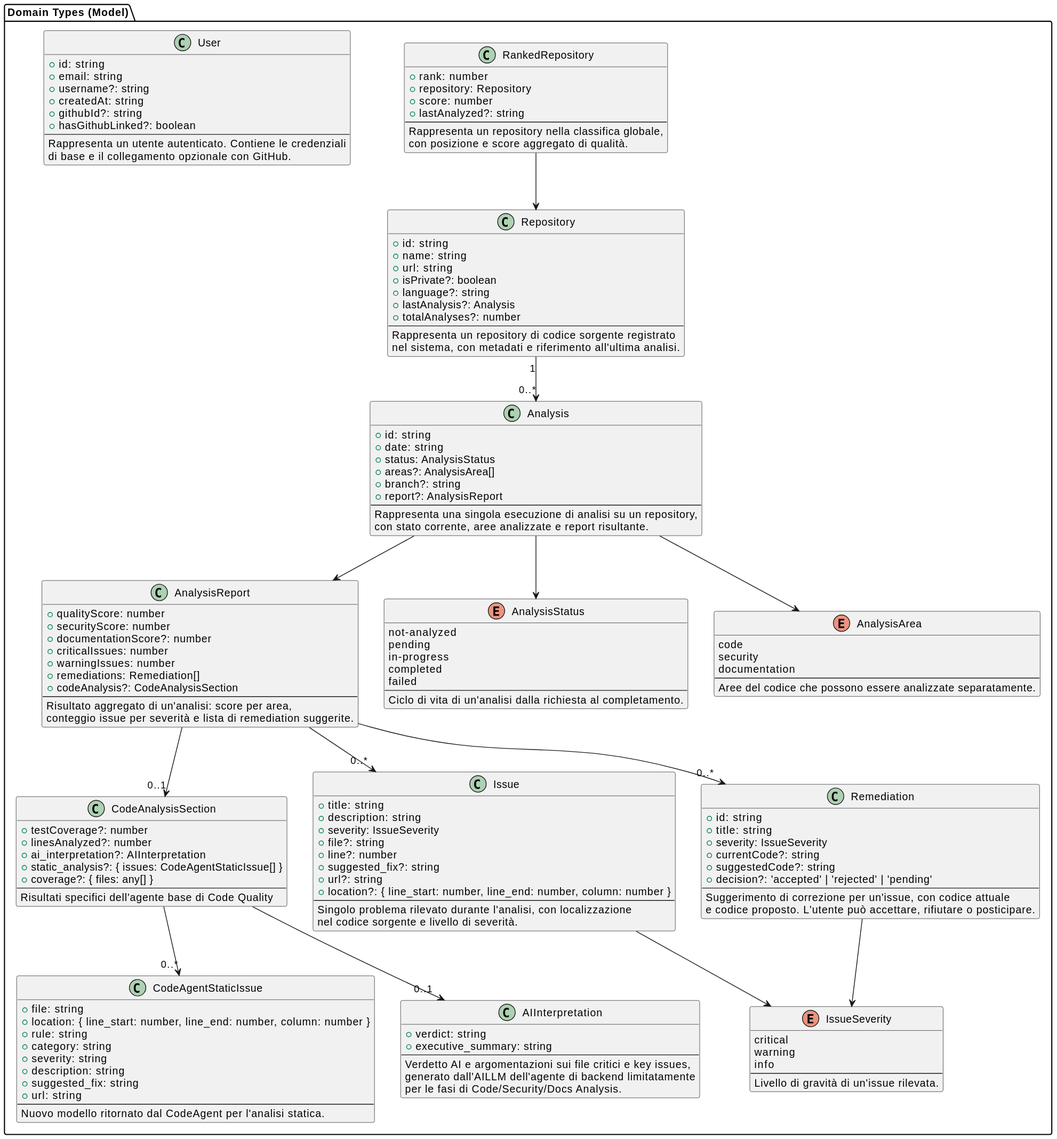
Before: assets/st_diagrams/svg/types.svg, a diagram exported from PlantUML (SkarabGroup/DocumentazioneProgetto).
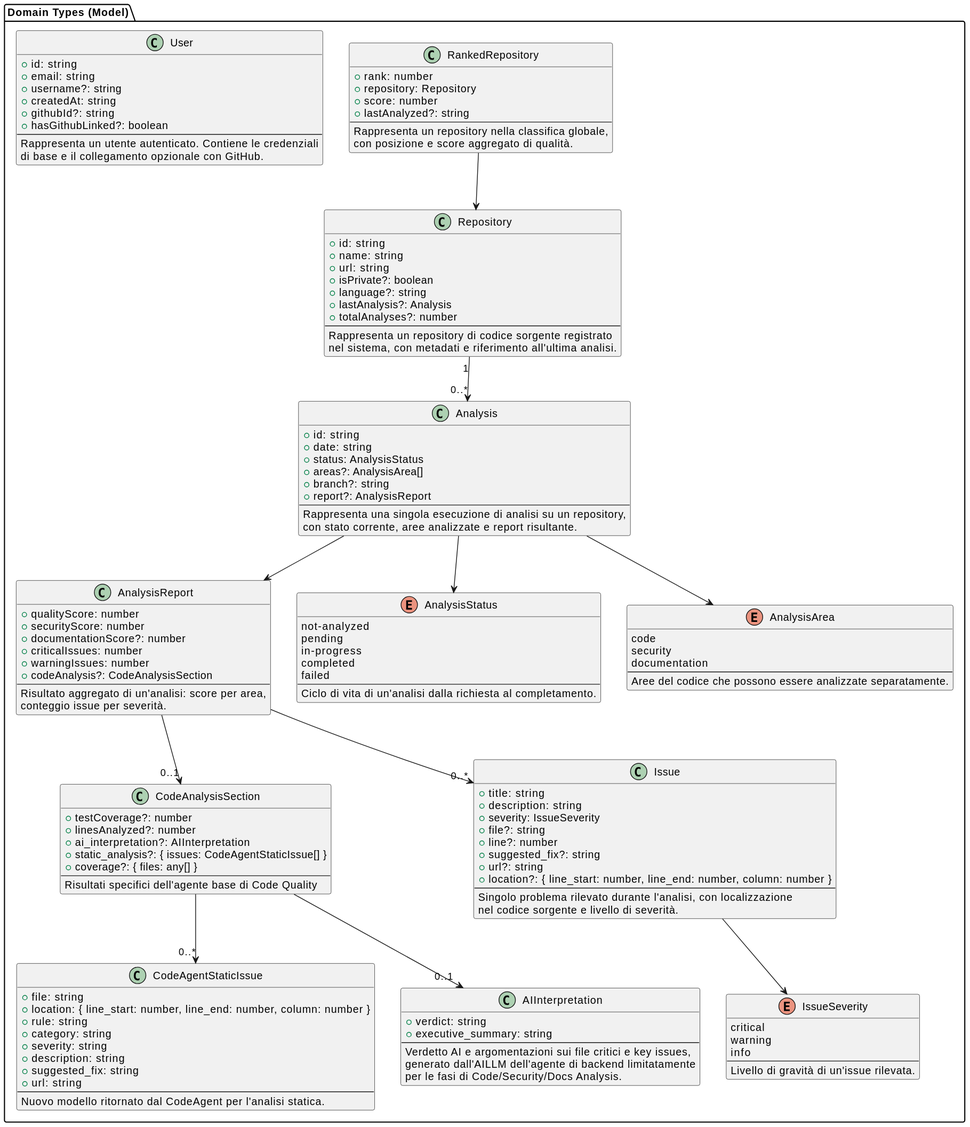
Above is the later version.

What changed in the source:
```diff
@@ -44,11 +44,10 @@
     + documentationScore?: number
     + criticalIssues: number
     + warningIssues: number
-    + remediations: Remediation[]
     + codeAnalysis?: CodeAnalysisSection
     --
     Risultato aggregato di un'analisi: score per area,
-    conteggio issue per severità e lista di remediation suggerite.
+    conteggio issue per severità.
   }
 
   class CodeAnalysisSection {
@@ -97,17 +96,6 @@
     per le fasi di Code/Security/Docs Analysis.
   }
 
-  class Remediation {
-    + id: string
-    + title: string
-    + severity: IssueSeverity
-    + currentCode?: string
-    + suggestedCode?: string
-    + decision?: 'accepted' | 'rejected' | 'pending'
-    --
-    Suggerimento di correzione per un'issue, con codice attuale
-    e codice proposto. L'utente può accettare, rifiutare o posticipare.
-  }
 
   class RankedRepository {
     + rank: number
@@ -148,14 +136,12 @@
   Repository "1" --> "0..*" Analysis
   Analysis --> AnalysisReport
   AnalysisReport --> "0..*" Issue
-  AnalysisReport --> "0..*" Remediation
   AnalysisReport --> "0..1" CodeAnalysisSection
   CodeAnalysisSection --> "0..1" AIInterpretation
   CodeAnalysisSection --> "0..*" CodeAgentStaticIssue
   RankedRepository --> Repository
   Analysis --> AnalysisStatus
   Issue --> IssueSeverity
-  Remediation --> IssueSeverity
   Analysis --> AnalysisArea
 }
 @enduml
```
